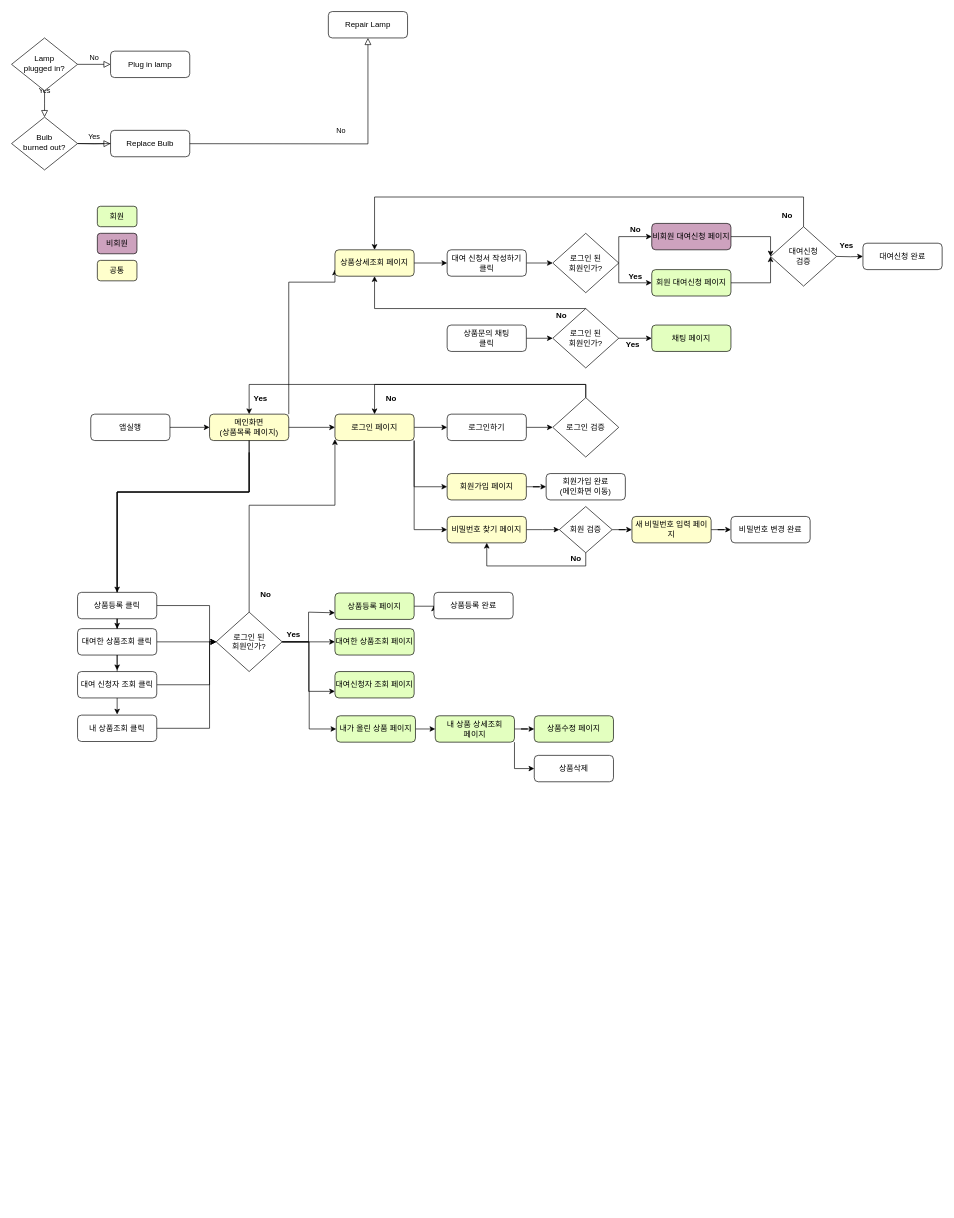
Above: Spring/스프링기초/Untitled Diagram.drawio in HyoungUkJJang/TIL (draw.io), before the change. Source tidied: cells renumbered, new cells numbered last; positions are measured from the earlier drawing's top-left corner, leaving out a move shared by most shapes. Both pictures are drawn from the tidied source at 66%, with x=0, y=0 at pixel (11, 11).
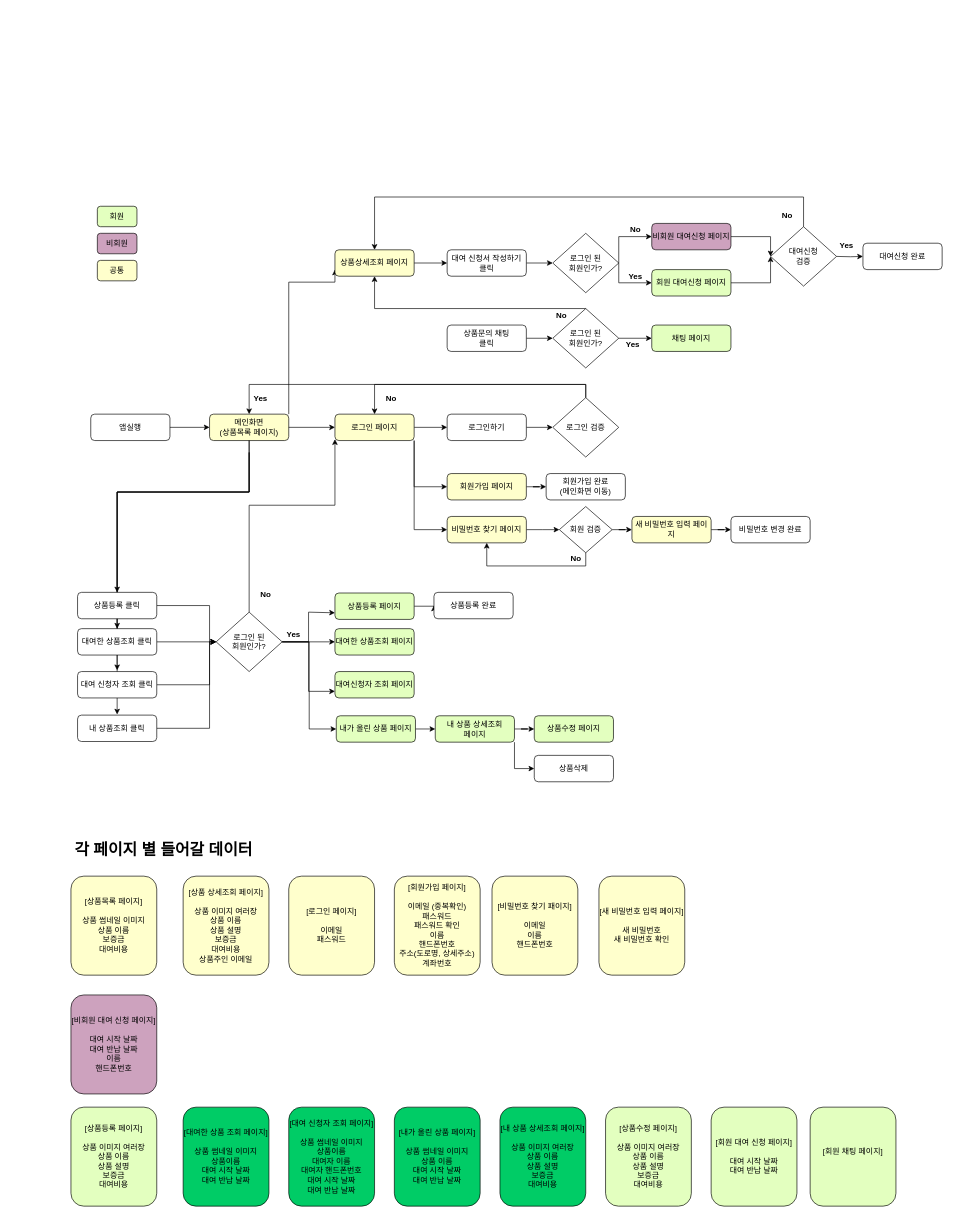
The same diagram, later.

Commit message:
상품대여 다이어그램 수정

Change to the diagram source:
```diff
@@
-    <mxCell id="3" value="Yes" style="rounded=0;html=1;jettySize=auto;fontSize=11;endArrow=block;endFill=0;endSize=8;strokeWidth=1;shadow=0;labelBackgroundColor=none;edgeStyle=orthogonalEdgeStyle;" parent="1" edge="1" source="5">
-      <mxGeometry y="20" relative="1" as="geometry">
-        <mxPoint x="50" y="160" as="targetPoint" />
-      </mxGeometry>
-    </mxCell>
-    <mxCell id="4" value="No" style="edgeStyle=orthogonalEdgeStyle;rounded=0;html=1;jettySize=auto;fontSize=11;endArrow=block;endFill=0;endSize=8;strokeWidth=1;shadow=0;labelBackgroundColor=none;" parent="1" edge="1" source="5" target="6">
-      <mxGeometry y="10" relative="1" as="geometry" />
-    </mxCell>
-    <mxCell id="5" value="Lamp&lt;br&gt;plugged in?" style="rhombus;whiteSpace=wrap;html=1;shadow=0;fontFamily=Helvetica;fontSize=12;align=center;strokeWidth=1;spacing=6;spacingTop=-4;" parent="1" vertex="1">
-      <mxGeometry y="40" width="100" height="80" as="geometry" />
-    </mxCell>
-    <mxCell id="6" value="Plug in lamp" style="rounded=1;whiteSpace=wrap;html=1;fontSize=12;glass=0;strokeWidth=1;shadow=0;" parent="1" vertex="1">
-      <mxGeometry x="150" y="60" width="120" height="40" as="geometry" />
-    </mxCell>
-    <mxCell id="7" value="No" style="rounded=0;html=1;jettySize=auto;fontSize=11;endArrow=block;endFill=0;endSize=8;strokeWidth=1;shadow=0;labelBackgroundColor=none;edgeStyle=orthogonalEdgeStyle;" parent="1" edge="1" target="10">
-      <mxGeometry x="0.33" y="20" relative="1" as="geometry">
-        <mxPoint x="100" y="200" as="sourcePoint" />
-      </mxGeometry>
-    </mxCell>
-    <mxCell id="8" value="Yes" style="edgeStyle=orthogonalEdgeStyle;rounded=0;html=1;jettySize=auto;fontSize=11;endArrow=block;endFill=0;endSize=8;strokeWidth=1;shadow=0;labelBackgroundColor=none;" parent="1" edge="1" target="11">
-      <mxGeometry y="10" relative="1" as="geometry">
-        <mxPoint x="100" y="200" as="sourcePoint" />
-      </mxGeometry>
-    </mxCell>
-    <mxCell id="9" value="Bulb&lt;br&gt;burned out?" style="rhombus;whiteSpace=wrap;html=1;shadow=0;fontFamily=Helvetica;fontSize=12;align=center;strokeWidth=1;spacing=6;spacingTop=-4;" parent="1" vertex="1">
-      <mxGeometry y="160" width="100" height="80" as="geometry" />
-    </mxCell>
-    <mxCell id="10" value="Repair Lamp" style="rounded=1;whiteSpace=wrap;html=1;fontSize=12;glass=0;strokeWidth=1;shadow=0;" parent="1" vertex="1">
-      <mxGeometry x="480" width="120" height="40" as="geometry" />
-    </mxCell>
-    <mxCell id="11" value="Replace Bulb" style="rounded=1;whiteSpace=wrap;html=1;fontSize=12;glass=0;strokeWidth=1;shadow=0;" parent="1" vertex="1">
-      <mxGeometry x="150" y="180" width="120" height="40" as="geometry" />
-    </mxCell>
@@
+    <mxCell id="101" value="[상품목록 페이지]&lt;br&gt;&lt;br&gt;상품 썸네일 이미지&lt;br&gt;상품 이름&lt;br&gt;보증금&lt;br&gt;대여비용" style="rounded=1;whiteSpace=wrap;html=1;fontSize=12;glass=0;strokeWidth=1;shadow=0;fillColor=#FFFFCC;" parent="1" vertex="1">
+      <mxGeometry x="90" y="1310" width="130" height="150" as="geometry" />
+    </mxCell>
+    <mxCell id="102" value="[상품 상세조회 페이지]&lt;br&gt;&lt;br&gt;상품 이미지 여러장&lt;br&gt;상품 이름&lt;br&gt;상품 설명&lt;br&gt;보증금&lt;br&gt;대여비용&lt;br&gt;상품주인 이메일" style="rounded=1;whiteSpace=wrap;html=1;fontSize=12;glass=0;strokeWidth=1;shadow=0;fillColor=#FFFFCC;" parent="1" vertex="1">
+      <mxGeometry x="260" y="1310" width="130" height="150" as="geometry" />
+    </mxCell>
+    <mxCell id="103" value="[로그인 페이지]&lt;br&gt;&lt;br&gt;이메일&lt;br&gt;패스워드" style="rounded=1;whiteSpace=wrap;html=1;fontSize=12;glass=0;strokeWidth=1;shadow=0;fillColor=#FFFFCC;" parent="1" vertex="1">
+      <mxGeometry x="420" y="1310" width="130" height="150" as="geometry" />
+    </mxCell>
+    <mxCell id="104" value="[회원가입 페이지]&lt;br&gt;&lt;br&gt;이메일 (중복확인)&lt;br&gt;패스워드&lt;br&gt;패스워드 확인&lt;br&gt;이름&lt;br&gt;핸드폰번호&lt;br&gt;주소(도로명, 상세주소)&lt;br&gt;계좌번호" style="rounded=1;whiteSpace=wrap;html=1;fontSize=12;glass=0;strokeWidth=1;shadow=0;fillColor=#FFFFCC;" parent="1" vertex="1">
+      <mxGeometry x="580" y="1310" width="130" height="150" as="geometry" />
+    </mxCell>
+    <mxCell id="105" value="[비밀번호 찾기 패이지]&lt;br&gt;&lt;br&gt;이메일&lt;br&gt;이름&lt;br&gt;핸드폰번호" style="rounded=1;whiteSpace=wrap;html=1;fontSize=12;glass=0;strokeWidth=1;shadow=0;fillColor=#FFFFCC;" parent="1" vertex="1">
+      <mxGeometry x="728" y="1310" width="130" height="150" as="geometry" />
+    </mxCell>
+    <mxCell id="106" value="[새 비밀번호 입력 페이지]&lt;br&gt;&lt;br&gt;새 비밀번호&lt;br&gt;새 비밀번호 확인" style="rounded=1;whiteSpace=wrap;html=1;fontSize=12;glass=0;strokeWidth=1;shadow=0;fillColor=#FFFFCC;" parent="1" vertex="1">
+      <mxGeometry x="890" y="1310" width="130" height="150" as="geometry" />
+    </mxCell>
+    <mxCell id="107" value="[비회원 대여 신청 페이지]&lt;br&gt;&lt;br&gt;대여 시작 날짜&lt;br&gt;대여 반납 날짜&lt;br&gt;이름&lt;br&gt;핸드폰번호" style="rounded=1;whiteSpace=wrap;html=1;fontSize=12;glass=0;strokeWidth=1;shadow=0;fillColor=#CDA2BE;" parent="1" vertex="1">
+      <mxGeometry x="90" y="1490" width="130" height="150" as="geometry" />
+    </mxCell>
+    <mxCell id="108" value="[상품등록 페이지]&lt;br&gt;&lt;br&gt;상품 이미지 여러장&lt;br&gt;상품 이름&lt;br&gt;상품 설명&lt;br&gt;보증금&lt;br&gt;대여비용" style="rounded=1;whiteSpace=wrap;html=1;fontSize=12;glass=0;strokeWidth=1;shadow=0;fillColor=#E3FFBF;" parent="1" vertex="1">
+      <mxGeometry x="90" y="1660" width="130" height="150" as="geometry" />
+    </mxCell>
+    <mxCell id="109" value="[대여한 상품 조회 페이지]&lt;br&gt;&lt;br&gt;상품 썸네일 이미지&lt;br&gt;상품이름&lt;br&gt;대여 시작 날짜&lt;br&gt;대여 반납 날짜" style="rounded=1;whiteSpace=wrap;html=1;fontSize=12;glass=0;strokeWidth=1;shadow=0;fillColor=#00CC66;" parent="1" vertex="1">
+      <mxGeometry x="260" y="1660" width="130" height="150" as="geometry" />
+    </mxCell>
+    <mxCell id="110" value="[대여 신청자 조회 페이지]&lt;br&gt;&lt;br&gt;상품 썸네일 이미지&lt;br&gt;상품이름&lt;br&gt;대여자 이름&lt;br&gt;대여자 핸드폰번호&lt;br&gt;대여 시작 날짜&lt;br&gt;대여 반납 날짜" style="rounded=1;whiteSpace=wrap;html=1;fontSize=12;glass=0;strokeWidth=1;shadow=0;fillColor=#00CC66;" parent="1" vertex="1">
+      <mxGeometry x="420" y="1660" width="130" height="150" as="geometry" />
+    </mxCell>
+    <mxCell id="111" value="[내가 올린 상품 페이지]&lt;br&gt;&lt;br&gt;상품 썸네일 이미지&lt;br&gt;상품 이름&lt;br&gt;대여 시작 날짜&lt;br&gt;대여 반납 날짜" style="rounded=1;whiteSpace=wrap;html=1;fontSize=12;glass=0;strokeWidth=1;shadow=0;fillColor=#00CC66;" parent="1" vertex="1">
+      <mxGeometry x="580" y="1660" width="130" height="150" as="geometry" />
+    </mxCell>
+    <mxCell id="112" value="[내 상품 상세조회 페이지]&lt;br&gt;&lt;br&gt;상품 이미지 여러장&lt;br&gt;상품 이름&lt;br&gt;상품 설명&lt;br&gt;보증금&lt;br&gt;대여비용" style="rounded=1;whiteSpace=wrap;html=1;fontSize=12;glass=0;strokeWidth=1;shadow=0;fillColor=#00CC66;" parent="1" vertex="1">
+      <mxGeometry x="740" y="1660" width="130" height="150" as="geometry" />
+    </mxCell>
+    <mxCell id="113" value="[상품수정 페이지]&lt;br&gt;&lt;br&gt;상품 이미지 여러장&lt;br&gt;상품 이름&lt;br&gt;상품 설명&lt;br&gt;보증금&lt;br&gt;대여비용" style="rounded=1;whiteSpace=wrap;html=1;fontSize=12;glass=0;strokeWidth=1;shadow=0;fillColor=#E3FFBF;" parent="1" vertex="1">
+      <mxGeometry x="900" y="1660" width="130" height="150" as="geometry" />
+    </mxCell>
+    <mxCell id="114" value="[회원 대여 신청 페이지]&lt;br&gt;&lt;br&gt;대여 시작 날짜&lt;br&gt;대여 반납 날짜" style="rounded=1;whiteSpace=wrap;html=1;fontSize=12;glass=0;strokeWidth=1;shadow=0;fillColor=#E3FFBF;" parent="1" vertex="1">
+      <mxGeometry x="1060" y="1660" width="130" height="150" as="geometry" />
+    </mxCell>
+    <mxCell id="115" value="[회원 채팅 페이지]&lt;br&gt;&lt;br&gt;" style="rounded=1;whiteSpace=wrap;html=1;fontSize=12;glass=0;strokeWidth=1;shadow=0;fillColor=#E3FFBF;" parent="1" vertex="1">
+      <mxGeometry x="1210" y="1660" width="130" height="150" as="geometry" />
+    </mxCell>
+    <mxCell id="116" value="각 페이지 별 들어갈 데이터" style="text;strokeColor=none;fillColor=none;html=1;fontSize=24;fontStyle=1;verticalAlign=middle;align=center;" parent="1" vertex="1">
+      <mxGeometry x="180" y="1250" width="100" height="40" as="geometry" />
+    </mxCell>
```
